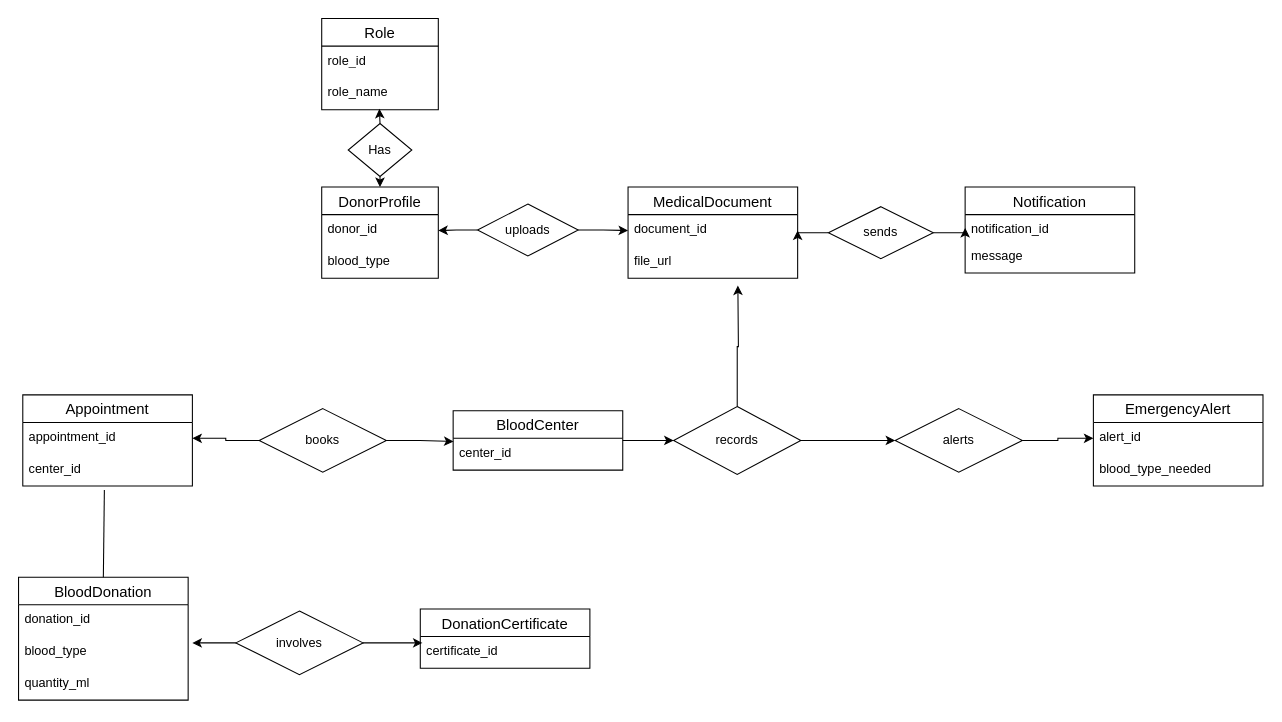
Earlier version of the draw.io diagram Παραδοτέο 1/Domain-model-v0.1/diagramma_ontothtwn_tl.drawio (ceid-texnlog-2026/project). Source tidied: cells renumbered, new cells numbered last; positions are measured from the earlier drawing's top-left corner, leaving out a move shared by most shapes. Both pictures are drawn from the tidied source at 106%, with x=0, y=0 at pixel (18, 18).
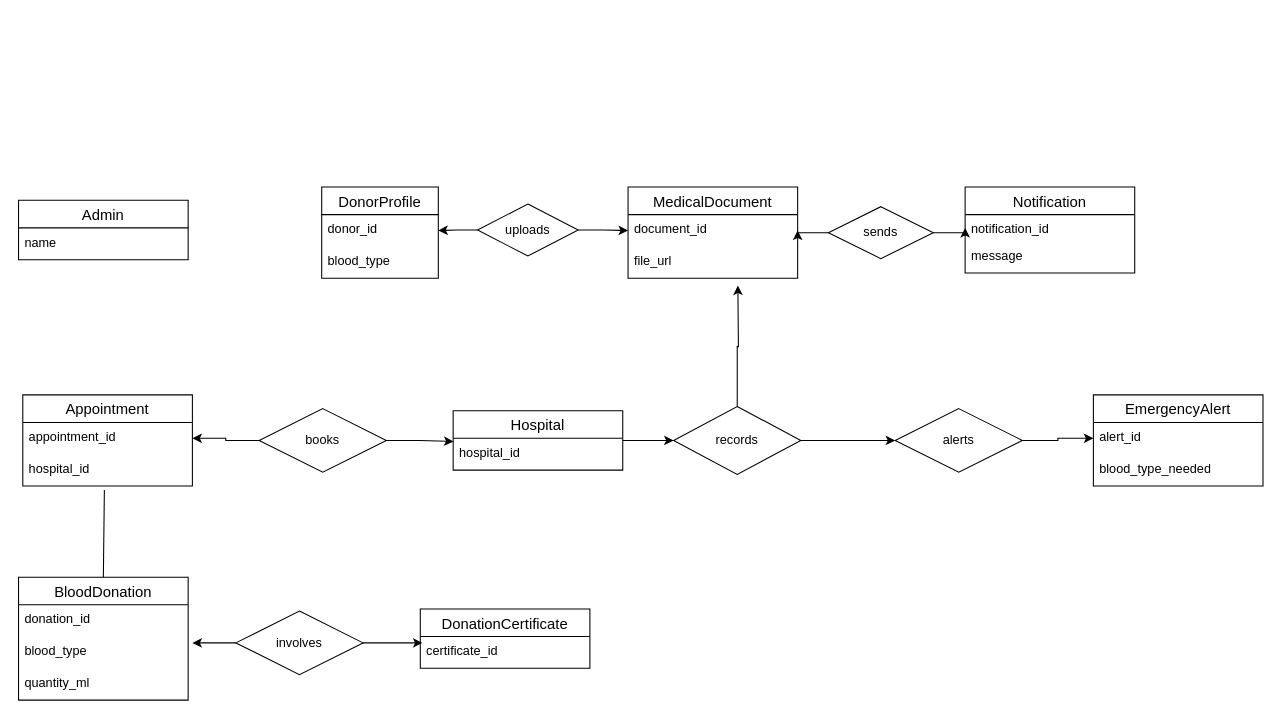
After the change.

Unchanged cells that the change refers to:
```xml
<mxCell id="5" value="DonorProfile" style="swimlane;fontStyle=0;horizontal=1;startSize=26;align=center;fontSize=14;" parent="1" vertex="1">
  <mxGeometry x="286" y="159" width="110" height="86" as="geometry" />
</mxCell>
<mxCell id="17" value="Appointment" style="swimlane;fontStyle=0;horizontal=1;startSize=26;align=center;fontSize=14;" parent="1" vertex="1">
  <mxGeometry x="4" y="355" width="160" height="86" as="geometry" />
</mxCell>
```

The edit, as a diff of the source:
```diff
@@
-    <mxCell id="2" value="Role" style="swimlane;fontStyle=0;horizontal=1;startSize=26;align=center;fontSize=14;" parent="1" vertex="1">
-      <mxGeometry x="286" width="110" height="86" as="geometry" />
-    </mxCell>
-    <mxCell id="3" value="role_id" style="text;strokeColor=none;fillColor=none;spacingLeft=4;spacingRight=4;overflow=hidden;fontSize=12;whiteSpace=wrap;html=1;" parent="2" vertex="1">
-      <mxGeometry y="26" width="110" height="30" as="geometry" />
-    </mxCell>
-    <mxCell id="4" value="role_name" style="text;strokeColor=none;fillColor=none;spacingLeft=4;spacingRight=4;overflow=hidden;points=[[0,0.5],[1,0.5]];portConstraint=eastwest;fontSize=12;whiteSpace=wrap;html=1;" parent="2" vertex="1">
-      <mxGeometry y="56" width="110" height="30" as="geometry" />
-    </mxCell>
@@
-    <mxCell id="8" style="edgeStyle=orthogonalEdgeStyle;shape=wire;rounded=0;jettySize=auto;html=1;exitX=0.5;exitY=1;exitDx=0;exitDy=0;entryX=0.5;entryY=0;entryDx=0;entryDy=0;dashed=1;" parent="1" edge="1" source="9" target="5">
-      <mxGeometry relative="1" as="geometry" />
-    </mxCell>
-    <mxCell id="9" value="Has" style="shape=rhombus;perimeter=rhombusPerimeter;whiteSpace=wrap;html=1;align=center;" parent="1" vertex="1">
-      <mxGeometry x="311" y="99" width="60" height="50" as="geometry" />
-    </mxCell>
-    <mxCell id="10" style="edgeStyle=orthogonalEdgeStyle;shape=wire;rounded=0;jettySize=auto;html=1;exitX=0.5;exitY=0;exitDx=0;exitDy=0;entryX=0.495;entryY=0.972;entryDx=0;entryDy=0;entryPerimeter=0;dashed=1;" parent="1" edge="1" source="9" target="4">
-      <mxGeometry relative="1" as="geometry" />
-    </mxCell>
@@
-    <mxCell id="19" value="center_id" style="text;strokeColor=none;fillColor=none;spacingLeft=4;spacingRight=4;overflow=hidden;points=[[0,0.5],[1,0.5]];portConstraint=eastwest;fontSize=12;whiteSpace=wrap;html=1;" parent="17" vertex="1">
+    <mxCell id="19" value="hospital_id" style="text;strokeColor=none;fillColor=none;spacingLeft=4;spacingRight=4;overflow=hidden;points=[[0,0.5],[1,0.5]];portConstraint=eastwest;fontSize=12;whiteSpace=wrap;html=1;" parent="17" vertex="1">
       <mxGeometry y="56" width="160" height="30" as="geometry" />
     </mxCell>
@@
-    <mxCell id="21" value="BloodCenter" style="swimlane;fontStyle=0;horizontal=1;startSize=26;align=center;fontSize=14;" parent="1" vertex="1">
+    <mxCell id="21" value="Hospital" style="swimlane;fontStyle=0;horizontal=1;startSize=26;align=center;fontSize=14;" parent="1" vertex="1">
       <mxGeometry x="410" y="370" width="160" height="56" as="geometry" />
     </mxCell>
-    <mxCell id="22" value="center_id" style="text;strokeColor=none;fillColor=none;spacingLeft=4;spacingRight=4;overflow=hidden;points=[[0,0.5],[1,0.5]];portConstraint=eastwest;fontSize=12;whiteSpace=wrap;html=1;" parent="21" vertex="1">
+    <mxCell id="22" value="hospital_id&lt;div&gt;&lt;br&gt;&lt;/div&gt;" style="text;strokeColor=none;fillColor=none;spacingLeft=4;spacingRight=4;overflow=hidden;points=[[0,0.5],[1,0.5]];portConstraint=eastwest;fontSize=12;whiteSpace=wrap;html=1;" parent="21" vertex="1">
       <mxGeometry y="26" width="160" height="30" as="geometry" />
     </mxCell>
@@
+    <mxCell id="50" value="Admin" style="swimlane;fontStyle=0;horizontal=1;startSize=26;align=center;fontSize=14;" parent="1" vertex="1">
+      <mxGeometry y="171.5" width="160" height="56" as="geometry" />
+    </mxCell>
+    <mxCell id="51" value="name" style="text;strokeColor=none;fillColor=none;spacingLeft=4;spacingRight=4;overflow=hidden;fontSize=12;whiteSpace=wrap;html=1;" parent="50" vertex="1">
+      <mxGeometry y="26" width="160" height="30" as="geometry" />
+    </mxCell>
```
